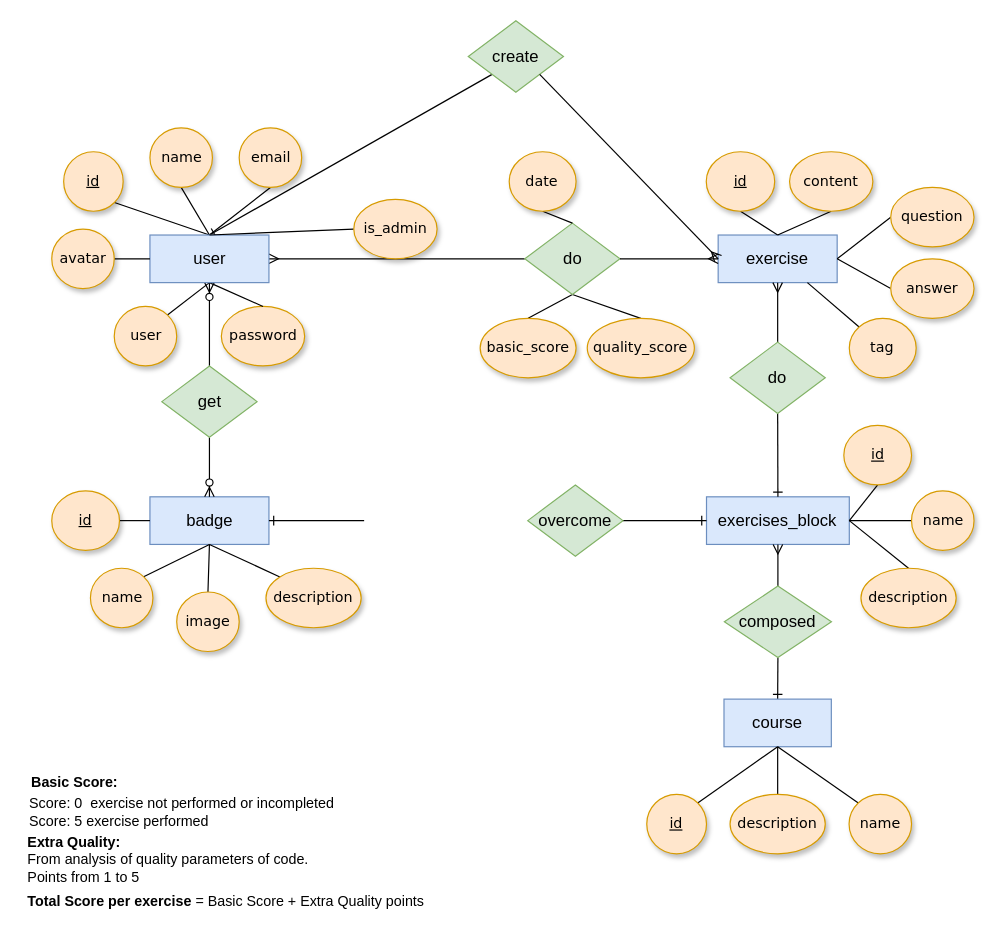
anadia/codeProj keeps this draw.io diagram as NodeJS/Proyecto/Documentacion/Proyecto con Admin.drawio. Above is the earlier version. Source tidied: cells renumbered, new cells numbered last; positions are measured from the earlier drawing's top-left corner, leaving out a move shared by most shapes. Both pictures are drawn from the tidied source at 119%, with x=0, y=0 at pixel (20, 20).
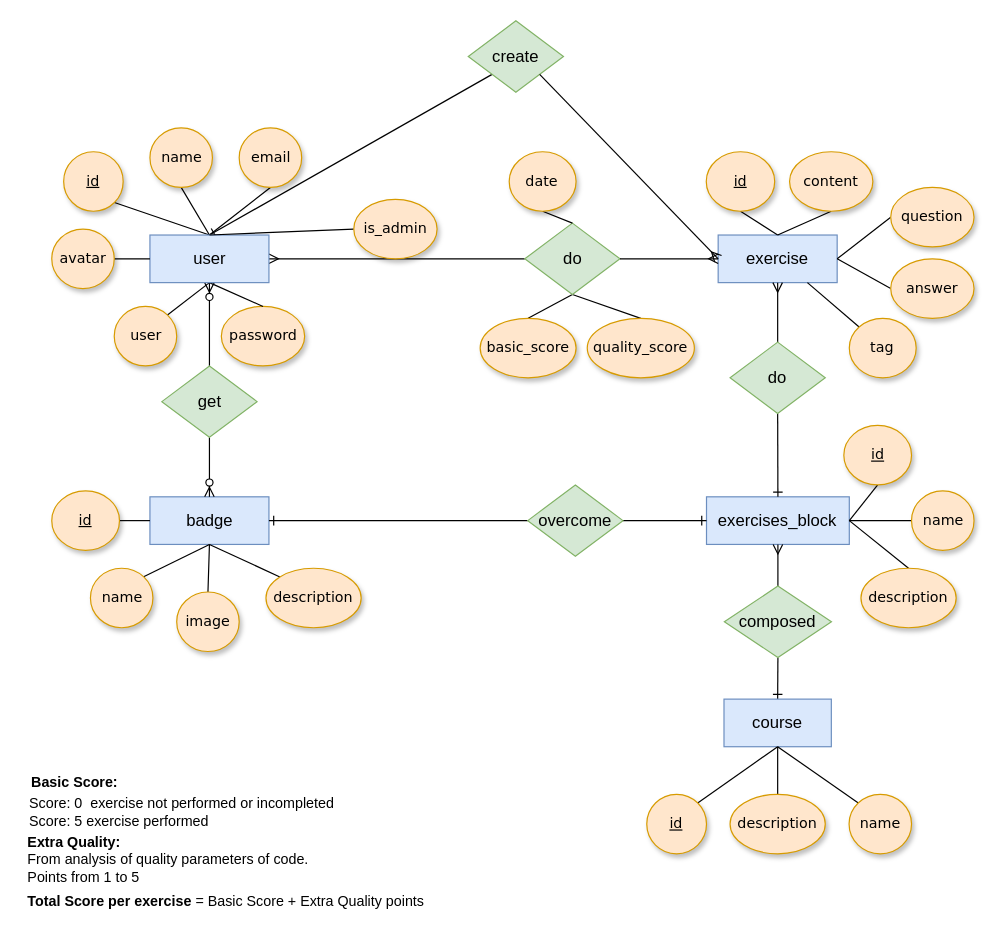
Above is the later version.

Unchanged cells that the change refers to:
```xml
<mxCell id="22" value="&lt;font style=&quot;font-size: 14px&quot;&gt;badge&lt;/font&gt;" style="rounded=0;whiteSpace=wrap;html=1;fillColor=#dae8fc;strokeColor=#6c8ebf;" parent="1" vertex="1">
  <mxGeometry x="108.5" y="400" width="100" height="40" as="geometry" />
</mxCell>
<mxCell id="43" value="&lt;font style=&quot;font-size: 14px&quot;&gt;overcome&lt;/font&gt;" style="rhombus;whiteSpace=wrap;html=1;fillColor=#d5e8d4;strokeColor=#82b366;" parent="1" vertex="1">
  <mxGeometry x="426" y="390" width="80" height="60" as="geometry" />
</mxCell>
```

Diff of the diagram source:
```diff
@@
-    <mxCell id="42" style="edgeStyle=none;rounded=0;jettySize=auto;html=1;exitX=0;exitY=0.5;exitDx=0;exitDy=0;entryX=1;entryY=0.5;entryDx=0;entryDy=0;startArrow=none;startFill=0;endArrow=ERone;endFill=0;" parent="1" edge="1" target="22">
-      <mxGeometry relative="1" as="geometry">
-        <mxPoint x="288.5" y="420" as="sourcePoint" />
-      </mxGeometry>
+    <mxCell id="42" style="edgeStyle=none;rounded=0;jettySize=auto;html=1;exitX=0;exitY=0.5;exitDx=0;exitDy=0;entryX=1;entryY=0.5;entryDx=0;entryDy=0;startArrow=none;startFill=0;endArrow=ERone;endFill=0;" parent="1" edge="1" source="43" target="22">
+      <mxGeometry relative="1" as="geometry" />
     </mxCell>
```
